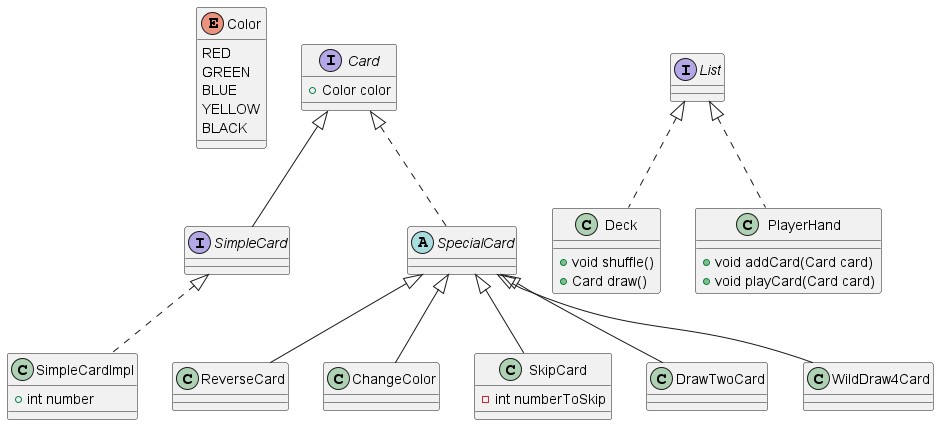
The PlantUML diagram docs/uml/cards.png in CrazyPingu/PPS-23-Uno, before a commit.
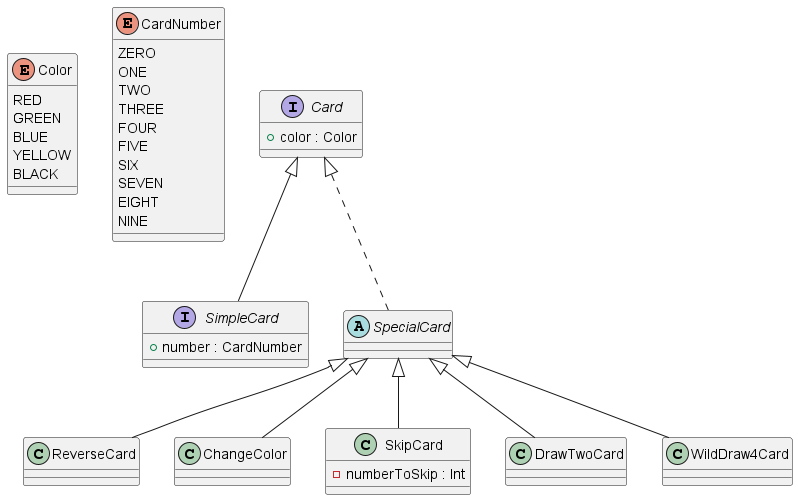
Later version of the same file.

Commit message:
Fix cards uml

Change to the diagram source:
```diff
@@ -8,15 +8,25 @@
     BLACK
 }
 
+Enum CardNumber{
+    ZERO
+    ONE
+    TWO
+    THREE
+    FOUR
+    FIVE
+    SIX
+    SEVEN
+    EIGHT
+    NINE
+}
+
 interface Card {
-    + Color color
+    + color : Color
 }
 
 interface SimpleCard implements Card {
-}
-
-class SimpleCardImpl implements SimpleCard {
-    + int number
+    + number : CardNumber
 }
 
 abstract class SpecialCard implements Card {
@@ -27,7 +37,7 @@
 class ChangeColor extends SpecialCard {}
 
 class SkipCard extends SpecialCard {
-    - int numberToSkip
+    - numberToSkip : Int
 }
 
 class DrawTwoCard extends SpecialCard {
@@ -35,14 +45,5 @@
 
 class WildDraw4Card extends SpecialCard {
 }
-class Deck implements List<Card>{
-    + void shuffle()
-    + Card draw()
-}
-
-class PlayerHand implements List<Card> {
-    + void addCard(Card card)
-    + void playCard(Card card)
-}
 
 @enduml
```
